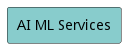
Above: docs/edgemere/aml/ams/usecases.png in madajaju/edgemere (PlantUML), before the change.
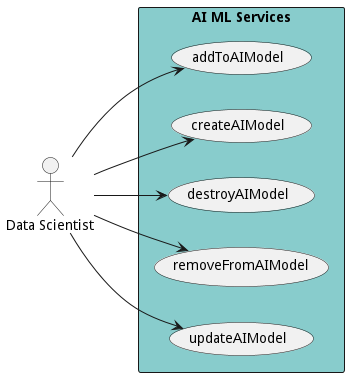
Above is the later version.

What changed in the source:
```diff
@@ -1,10 +1,25 @@
 @startuml
 
 left to right direction
+Actor "Data Scientist" as DataScientist
+Actor "Data Scientist" as DataScientist
+Actor "Data Scientist" as DataScientist
+Actor "Data Scientist" as DataScientist
+Actor "Data Scientist" as DataScientist
 
 
 rectangle "AI ML Services" #88cccc {
-}
+usecase "addToAIModel" as addToAIModel
+    DataScientist --> addToAIModel
+    usecase "createAIModel" as createAIModel
+    DataScientist --> createAIModel
+    usecase "destroyAIModel" as destroyAIModel
+    DataScientist --> destroyAIModel
+    usecase "removeFromAIModel" as removeFromAIModel
+    DataScientist --> removeFromAIModel
+    usecase "updateAIModel" as updateAIModel
+    DataScientist --> updateAIModel
+    }
 
 
 @enduml
```
